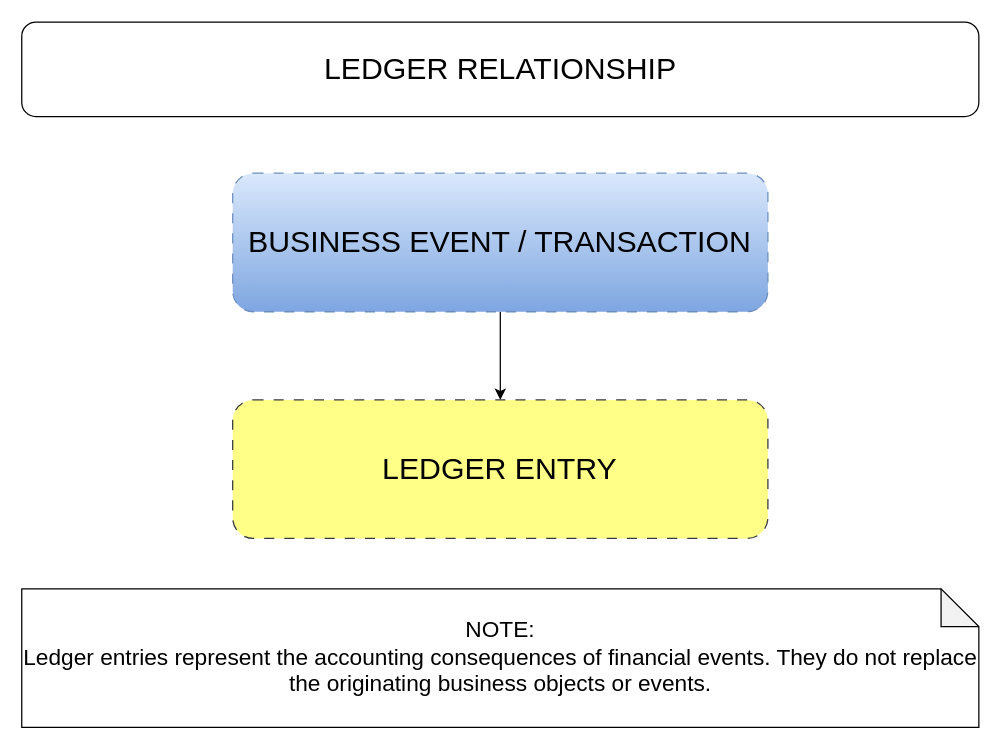
The draw.io diagram diagrams/WP-2.1-T07_ledger_relationships.drawio.svg in deloveyeboah10-Nagato/OCB_PLATFORM, before a commit. Source tidied: cells renumbered, new cells last; positions are measured from the earlier drawing's top-left corner, leaving out a move shared by most shapes. Source of this version:
```xml
<mxGraphModel>
  <root>
    <mxCell id="0" />
    <mxCell id="1" parent="0" />
    <mxCell id="2" style="edgeStyle=orthogonalEdgeStyle;rounded=0;jettySize=auto;html=1;exitX=0.5;exitY=1;exitDx=0;exitDy=0;entryX=0.5;entryY=0;entryDx=0;entryDy=0;" parent="1" edge="1" source="3" target="4">
      <mxGeometry relative="1" as="geometry" />
    </mxCell>
    <mxCell id="3" value="BUSINESS EVENT / TRANSACTION" style="rounded=1;whiteSpace=wrap;html=1;dashed=1;dashPattern=8 8;fontSize=24;fillColor=#dae8fc;strokeColor=#6c8ebf;gradientColor=#7ea6e0;" parent="1" vertex="1">
      <mxGeometry x="167.5" y="120" width="425" height="110" as="geometry" />
    </mxCell>
    <mxCell id="4" value="LEDGER ENTRY" style="rounded=1;whiteSpace=wrap;html=1;dashed=1;dashPattern=8 8;fontSize=24;fillColor=#ffff88;strokeColor=#36393d;" parent="1" vertex="1">
      <mxGeometry x="167.5" y="300" width="425" height="110" as="geometry" />
    </mxCell>
    <mxCell id="5" value="&lt;div&gt;LEDGER RELATIONSHIP&lt;/div&gt;" style="rounded=1;whiteSpace=wrap;html=1;fontSize=24;" parent="1" vertex="1">
      <mxGeometry width="760" height="75" as="geometry" />
    </mxCell>
    <mxCell id="6" value="&lt;div style=&quot;font-size: 18px;&quot;&gt;NOTE:&lt;/div&gt;&lt;font style=&quot;font-size: 18px;&quot;&gt;Ledger entries represent the accounting consequences of financial events. They do not replace the originating business objects or events.&lt;/font&gt;" style="shape=note;whiteSpace=wrap;html=1;backgroundOutline=1;darkOpacity=0.05;" parent="1" vertex="1">
      <mxGeometry y="450" width="760" height="110" as="geometry" />
    </mxCell>
  </root>
</mxGraphModel>
```
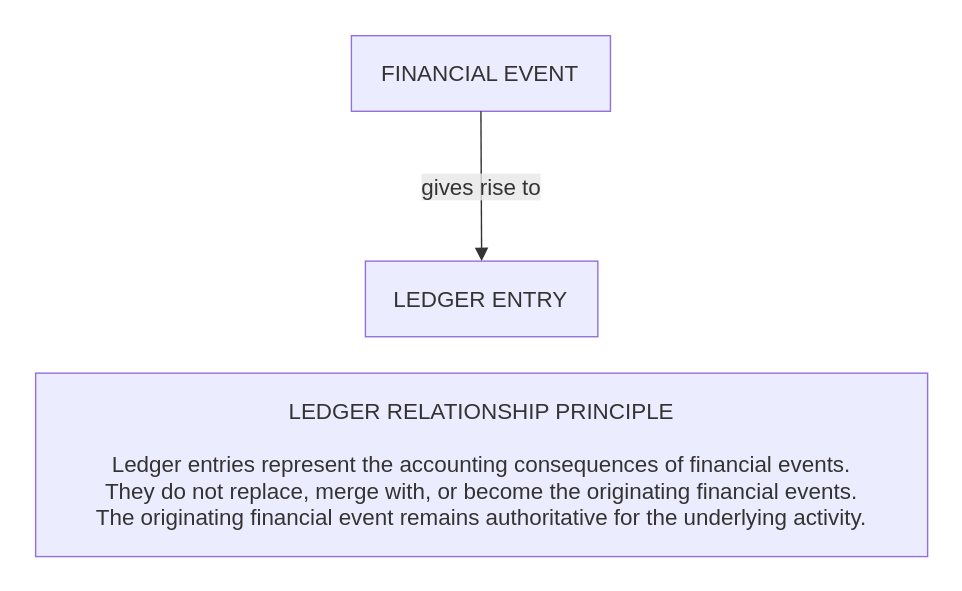
Above is the later version.

The edit, as a diff of the source:
```diff
@@ -2,20 +2,20 @@
   <root>
     <mxCell id="0" />
     <mxCell id="1" parent="0" />
-    <mxCell id="2" style="edgeStyle=orthogonalEdgeStyle;rounded=0;jettySize=auto;html=1;exitX=0.5;exitY=1;exitDx=0;exitDy=0;entryX=0.5;entryY=0;entryDx=0;entryDy=0;" parent="1" edge="1" source="3" target="4">
-      <mxGeometry relative="1" as="geometry" />
-    </mxCell>
-    <mxCell id="3" value="BUSINESS EVENT / TRANSACTION" style="rounded=1;whiteSpace=wrap;html=1;dashed=1;dashPattern=8 8;fontSize=24;fillColor=#dae8fc;strokeColor=#6c8ebf;gradientColor=#7ea6e0;" parent="1" vertex="1">
-      <mxGeometry x="167.5" y="120" width="425" height="110" as="geometry" />
-    </mxCell>
+    <mxCell id="7" style="group;transparentBounds=1;editIcon=1;lockedGroup=0;groupPadding=10;" parent="1" vertex="1">
+      <mxGeometry x="-310" y="-180" as="geometry" />
+    </mxCell>
+    <mxCell id="8" value="FINANCIAL EVENT" style="html=1;whiteSpace=wrap;strokeWidth=1;fillColor=light-dark(#ECECFF,#1f2020);strokeColor=light-dark(#9370DB,#cccccc);fontColor=light-dark(#333333,#cccccc);fontFamily=Trebuchet MS,Verdana,Arial,sans-serif;fontSize=16;" parent="7" vertex="1">
+      <mxGeometry x="60" y="89" width="185" height="54" as="geometry" />
+    </mxCell>
-    <mxCell id="4" value="LEDGER ENTRY" style="rounded=1;whiteSpace=wrap;html=1;dashed=1;dashPattern=8 8;fontSize=24;fillColor=#ffff88;strokeColor=#36393d;" parent="1" vertex="1">
-      <mxGeometry x="167.5" y="300" width="425" height="110" as="geometry" />
+    <mxCell id="4" value="LEDGER ENTRY" style="html=1;whiteSpace=wrap;strokeWidth=1;fillColor=light-dark(#ECECFF,#1f2020);strokeColor=light-dark(#9370DB,#cccccc);fontColor=light-dark(#333333,#cccccc);fontFamily=Trebuchet MS,Verdana,Arial,sans-serif;fontSize=16;" parent="7" vertex="1">
+      <mxGeometry x="70" y="250" width="166" height="54" as="geometry" />
     </mxCell>
-    <mxCell id="5" value="&lt;div&gt;LEDGER RELATIONSHIP&lt;/div&gt;" style="rounded=1;whiteSpace=wrap;html=1;fontSize=24;" parent="1" vertex="1">
-      <mxGeometry width="760" height="75" as="geometry" />
-    </mxCell>
-    <mxCell id="6" value="&lt;div style=&quot;font-size: 18px;&quot;&gt;NOTE:&lt;/div&gt;&lt;font style=&quot;font-size: 18px;&quot;&gt;Ledger entries represent the accounting consequences of financial events. They do not replace the originating business objects or events.&lt;/font&gt;" style="shape=note;whiteSpace=wrap;html=1;backgroundOutline=1;darkOpacity=0.05;" parent="1" vertex="1">
-      <mxGeometry y="450" width="760" height="110" as="geometry" />
-    </mxCell>
+    <mxCell id="9" value="LEDGER RELATIONSHIP PRINCIPLE&#10;&#10;Ledger entries represent the accounting consequences of financial events.&#10;They do not replace, merge with, or become the originating financial events.&#10;The originating financial event remains authoritative for the underlying activity." style="html=1;whiteSpace=wrap;strokeWidth=1;fillColor=light-dark(#ECECFF,#1f2020);strokeColor=light-dark(#9370DB,#cccccc);fontColor=light-dark(#333333,#cccccc);fontFamily=Trebuchet MS,Verdana,Arial,sans-serif;fontSize=16;" parent="7" vertex="1">
+      <mxGeometry x="-165.5" y="330" width="637" height="131" as="geometry" />
+    </mxCell>
+    <mxCell id="10" value="gives rise to" style="curved=1;startArrow=none;endArrow=block;endSize=7;strokeColor=light-dark(#333333,#cccccc);html=1;fontSize=16;labelBackgroundColor=light-dark(#E8E8E88D,#2a2a2a8D);fontFamily=Trebuchet MS,Verdana,Arial,sans-serif;fontColor=light-dark(#333333,#cccccc);exitX=0.5;exitY=1;entryX=0.5;entryY=0;rounded=0;" parent="7" edge="1" source="8" target="4">
+      <mxGeometry relative="1" as="geometry" />
+    </mxCell>
   </root>
 </mxGraphModel>
```
